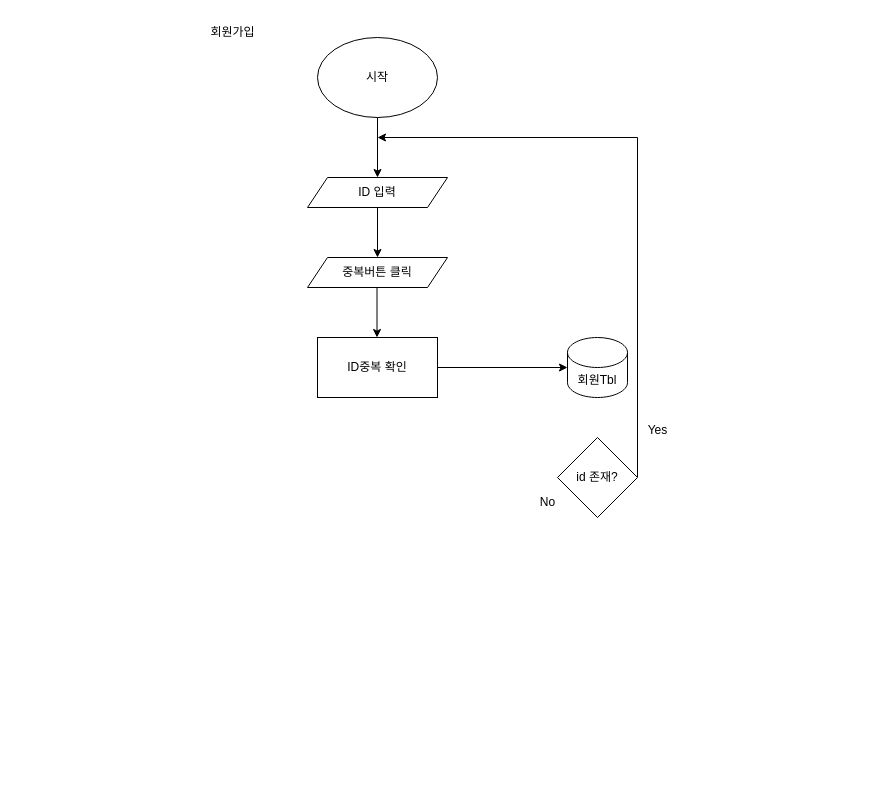
Before: 제목 없는 다이어그램2.drawio in rbghrla/study, a draw.io diagram. Source tidied: cells renumbered, new cells numbered last; positions are measured from the earlier drawing's top-left corner, leaving out a move shared by most shapes. Both pictures are drawn from the tidied source at 100%, with x=0, y=0 at pixel (197, 17).
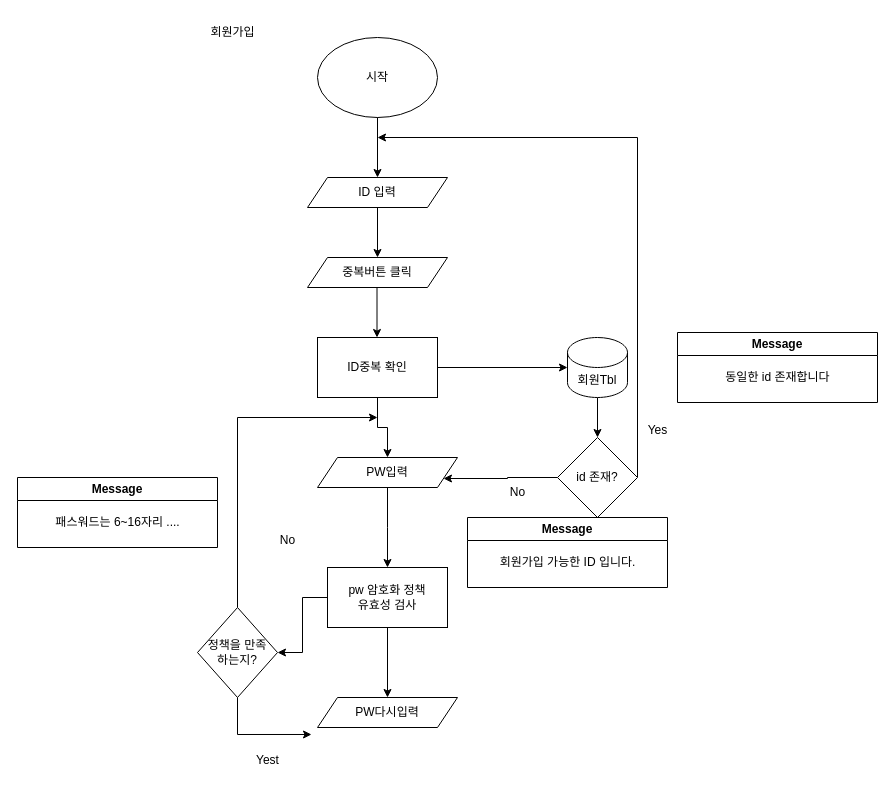
The same page after the edit.

Commit message (it also covers changes not shown here):
제목 없는 다이어그램2.drawio 업데이트

Unchanged cells that the change refers to:
```xml
<mxCell id="9" value="ID중복 확인" style="rounded=0;whiteSpace=wrap;html=1;" parent="1" vertex="1">
  <mxGeometry x="120" y="320" width="120" height="60" as="geometry" />
</mxCell>
<mxCell id="10" value="회원Tbl" style="shape=cylinder3;whiteSpace=wrap;html=1;boundedLbl=1;backgroundOutline=1;size=15;" parent="1" vertex="1">
  <mxGeometry x="370" y="320" width="60" height="60" as="geometry" />
</mxCell>
<mxCell id="12" value="id 존재?" style="rhombus;whiteSpace=wrap;html=1;" parent="1" vertex="1">
  <mxGeometry x="360" y="420" width="80" height="80" as="geometry" />
</mxCell>
```

Diff of the diagram source:
```diff
@@
+    <mxCell id="16" style="edgeStyle=orthogonalEdgeStyle;rounded=0;jettySize=auto;html=1;exitX=0.5;exitY=1;exitDx=0;exitDy=0;" parent="1" edge="1" source="9" target="21">
+      <mxGeometry relative="1" as="geometry" />
+    </mxCell>
@@
+    <mxCell id="17" style="edgeStyle=orthogonalEdgeStyle;rounded=0;jettySize=auto;html=1;exitX=0.5;exitY=1;exitDx=0;exitDy=0;exitPerimeter=0;entryX=0.5;entryY=0;entryDx=0;entryDy=0;" parent="1" edge="1" source="10" target="12">
+      <mxGeometry relative="1" as="geometry" />
+    </mxCell>
@@
     <mxCell id="15" value="No" style="text;html=1;align=center;verticalAlign=middle;strokeColor=none;fillColor=none;" parent="1" vertex="1">
-      <mxGeometry x="330" y="470" width="40" height="30" as="geometry" />
+      <mxGeometry x="300" y="460" width="40" height="30" as="geometry" />
     </mxCell>
+    <mxCell id="18" value="Message" style="swimlane;whiteSpace=wrap;html=1;" parent="1" vertex="1">
+      <mxGeometry x="480" y="315" width="200" height="70" as="geometry" />
+    </mxCell>
+    <mxCell id="19" value="동일한 id 존재합니다" style="text;html=1;align=center;verticalAlign=middle;strokeColor=none;fillColor=none;" parent="18" vertex="1">
+      <mxGeometry x="30" y="30" width="140" height="30" as="geometry" />
+    </mxCell>
+    <mxCell id="20" style="edgeStyle=orthogonalEdgeStyle;rounded=0;jettySize=auto;html=1;exitX=0.5;exitY=1;exitDx=0;exitDy=0;" parent="1" edge="1" source="21">
+      <mxGeometry relative="1" as="geometry">
+        <mxPoint x="190" y="550" as="targetPoint" />
+      </mxGeometry>
+    </mxCell>
+    <mxCell id="21" value="PW입력" style="shape=parallelogram;perimeter=parallelogramPerimeter;whiteSpace=wrap;html=1;fixedSize=1;" parent="1" vertex="1">
+      <mxGeometry x="120" y="440" width="140" height="30" as="geometry" />
+    </mxCell>
+    <mxCell id="22" style="edgeStyle=orthogonalEdgeStyle;rounded=0;jettySize=auto;html=1;exitX=1;exitY=0.75;exitDx=0;exitDy=0;entryX=0;entryY=0.5;entryDx=0;entryDy=0;endArrow=none;endFill=0;startArrow=classic;startFill=1;" parent="1" edge="1" source="21" target="12">
+      <mxGeometry relative="1" as="geometry" />
+    </mxCell>
+    <mxCell id="23" value="Message" style="swimlane;whiteSpace=wrap;html=1;" parent="1" vertex="1">
+      <mxGeometry x="270" y="500" width="200" height="70" as="geometry" />
+    </mxCell>
+    <mxCell id="24" value="회원가입 가능한 ID 입니다." style="text;html=1;align=center;verticalAlign=middle;strokeColor=none;fillColor=none;" parent="23" vertex="1">
+      <mxGeometry x="15" y="30" width="170" height="30" as="geometry" />
+    </mxCell>
+    <mxCell id="25" style="edgeStyle=orthogonalEdgeStyle;rounded=0;jettySize=auto;html=1;exitX=0;exitY=0.5;exitDx=0;exitDy=0;entryX=1;entryY=0.5;entryDx=0;entryDy=0;" parent="1" edge="1" source="27" target="29">
+      <mxGeometry relative="1" as="geometry" />
+    </mxCell>
+    <mxCell id="26" style="edgeStyle=orthogonalEdgeStyle;rounded=0;jettySize=auto;html=1;exitX=0.5;exitY=1;exitDx=0;exitDy=0;entryX=0.5;entryY=0;entryDx=0;entryDy=0;" parent="1" edge="1" source="27" target="30">
+      <mxGeometry relative="1" as="geometry" />
+    </mxCell>
+    <mxCell id="27" value="pw 암호화 정책 &lt;br&gt;유효성 검사" style="whiteSpace=wrap;html=1;" parent="1" vertex="1">
+      <mxGeometry x="130" y="550" width="120" height="60" as="geometry" />
+    </mxCell>
+    <mxCell id="28" style="edgeStyle=orthogonalEdgeStyle;rounded=0;jettySize=auto;html=1;exitX=0.5;exitY=0;exitDx=0;exitDy=0;" parent="1" edge="1" source="29">
+      <mxGeometry relative="1" as="geometry">
+        <mxPoint x="180" y="400" as="targetPoint" />
+        <Array as="points">
+          <mxPoint x="40" y="400" />
+        </Array>
+      </mxGeometry>
+    </mxCell>
+    <mxCell id="29" value="정책을 만족&lt;br&gt;하는지?" style="rhombus;whiteSpace=wrap;html=1;" parent="1" vertex="1">
+      <mxGeometry y="590" width="80" height="90" as="geometry" />
+    </mxCell>
+    <mxCell id="30" value="PW다시입력" style="shape=parallelogram;perimeter=parallelogramPerimeter;whiteSpace=wrap;html=1;fixedSize=1;" parent="1" vertex="1">
+      <mxGeometry x="120" y="680" width="140" height="30" as="geometry" />
+    </mxCell>
+    <mxCell id="31" value="Message" style="swimlane;whiteSpace=wrap;html=1;" parent="1" vertex="1">
+      <mxGeometry x="-180" y="460" width="200" height="70" as="geometry" />
+    </mxCell>
+    <mxCell id="32" value="패스워드는 6~16자리 ...." style="text;html=1;align=center;verticalAlign=middle;strokeColor=none;fillColor=none;" parent="31" vertex="1">
+      <mxGeometry x="25" y="30" width="150" height="30" as="geometry" />
+    </mxCell>
+    <mxCell id="33" style="edgeStyle=orthogonalEdgeStyle;rounded=0;jettySize=auto;html=1;exitX=0.5;exitY=1;exitDx=0;exitDy=0;entryX=-0.043;entryY=1.233;entryDx=0;entryDy=0;entryPerimeter=0;" parent="1" edge="1" source="29" target="30">
+      <mxGeometry relative="1" as="geometry" />
+    </mxCell>
+    <mxCell id="34" value="No" style="text;html=1;align=center;verticalAlign=middle;strokeColor=none;fillColor=none;" parent="1" vertex="1">
+      <mxGeometry x="70" y="508" width="40" height="30" as="geometry" />
+    </mxCell>
+    <mxCell id="35" value="Yest" style="text;html=1;align=center;verticalAlign=middle;strokeColor=none;fillColor=none;" parent="1" vertex="1">
+      <mxGeometry x="45" y="728" width="50" height="30" as="geometry" />
+    </mxCell>
```
